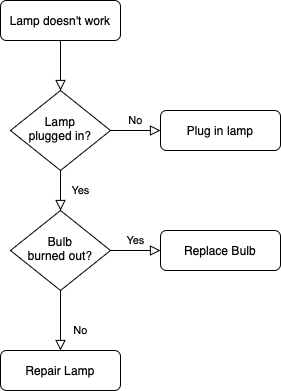
Earlier version of the draw.io export 제목 없는 다이어그램.drawio.png (revenantonthemission/CSE4100-Project-2). Source tidied: cells renumbered, new cells last; positions are measured from the earlier drawing's top-left corner, leaving out a move shared by most shapes.
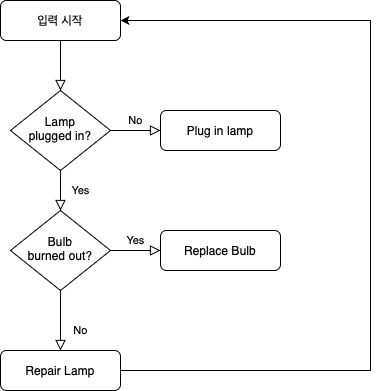
The same diagram one commit later.

Commit message:
제목 없는 다이어그램.drawio.png 업데이트

The edit, as a diff of the source:
```diff
@@ -5,7 +5,16 @@
     <mxCell id="2" style="rounded=0;html=1;jettySize=auto;fontSize=11;endArrow=block;endFill=0;endSize=8;strokeWidth=1;shadow=0;labelBackgroundColor=none;edgeStyle=orthogonalEdgeStyle;" parent="1" edge="1" source="3" target="6">
       <mxGeometry relative="1" as="geometry" />
     </mxCell>
+    <mxCell id="13" style="edgeStyle=elbowEdgeStyle;rounded=0;orthogonalLoop=1;jettySize=auto;html=1;exitX=1;exitY=0.25;exitDx=0;exitDy=0;entryX=1;entryY=0.5;entryDx=0;entryDy=0;" parent="1" edge="1">
+      <mxGeometry relative="1" as="geometry">
+        <mxPoint x="120" y="370" as="sourcePoint" />
+        <mxPoint x="120" y="20" as="targetPoint" />
+        <Array as="points">
+          <mxPoint x="370" y="200" />
+        </Array>
+      </mxGeometry>
+    </mxCell>
-    <mxCell id="3" value="Lamp doesn't work" style="rounded=1;whiteSpace=wrap;html=1;fontSize=12;glass=0;strokeWidth=1;shadow=0;" parent="1" vertex="1">
+    <mxCell id="3" value="입력 시작" style="rounded=1;whiteSpace=wrap;html=1;fontSize=12;glass=0;strokeWidth=1;shadow=0;" parent="1" vertex="1">
       <mxGeometry width="120" height="40" as="geometry" />
     </mxCell>
     <mxCell id="4" value="Yes" style="rounded=0;html=1;jettySize=auto;fontSize=11;endArrow=block;endFill=0;endSize=8;strokeWidth=1;shadow=0;labelBackgroundColor=none;edgeStyle=orthogonalEdgeStyle;" parent="1" edge="1" source="6" target="10">
```
